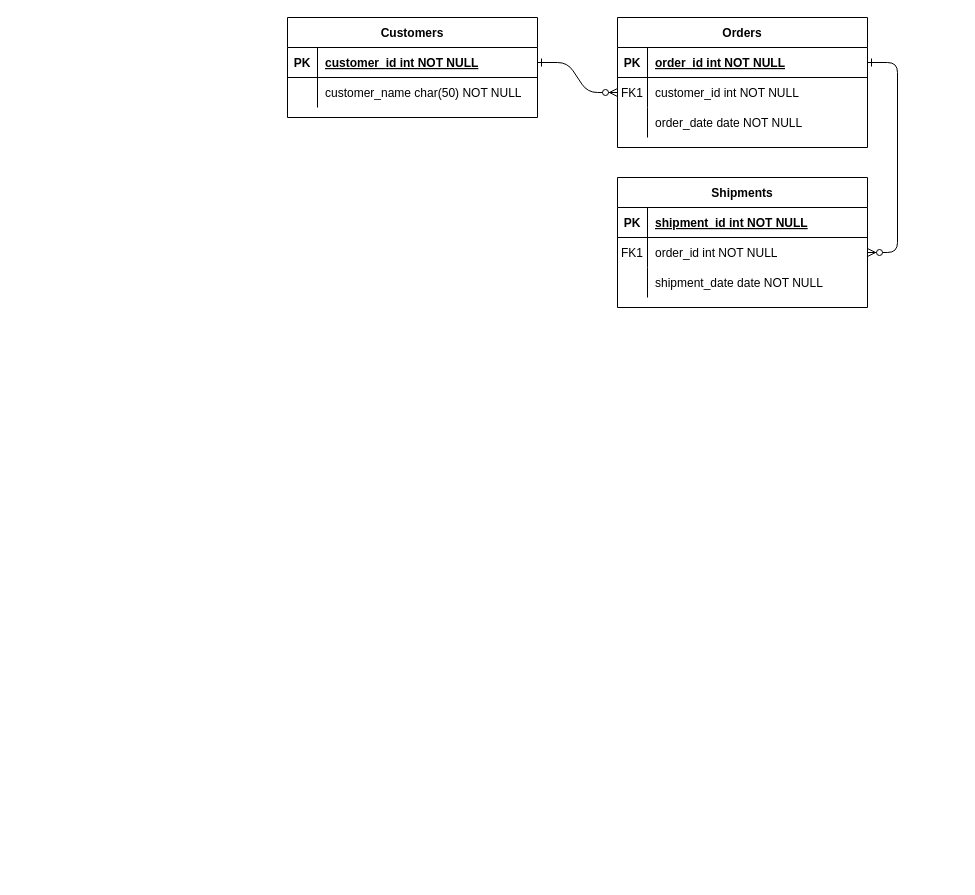
paulofs/paulofs.github.io keeps this draw.io diagram as Untitled Diagram.drawio. Above is the earlier version. Source tidied: cells renumbered, new cells numbered last; positions are measured from the earlier drawing's top-left corner, leaving out a move shared by most shapes. Both pictures are drawn from the tidied source at 100%, with x=0, y=0 at pixel (287, 17).
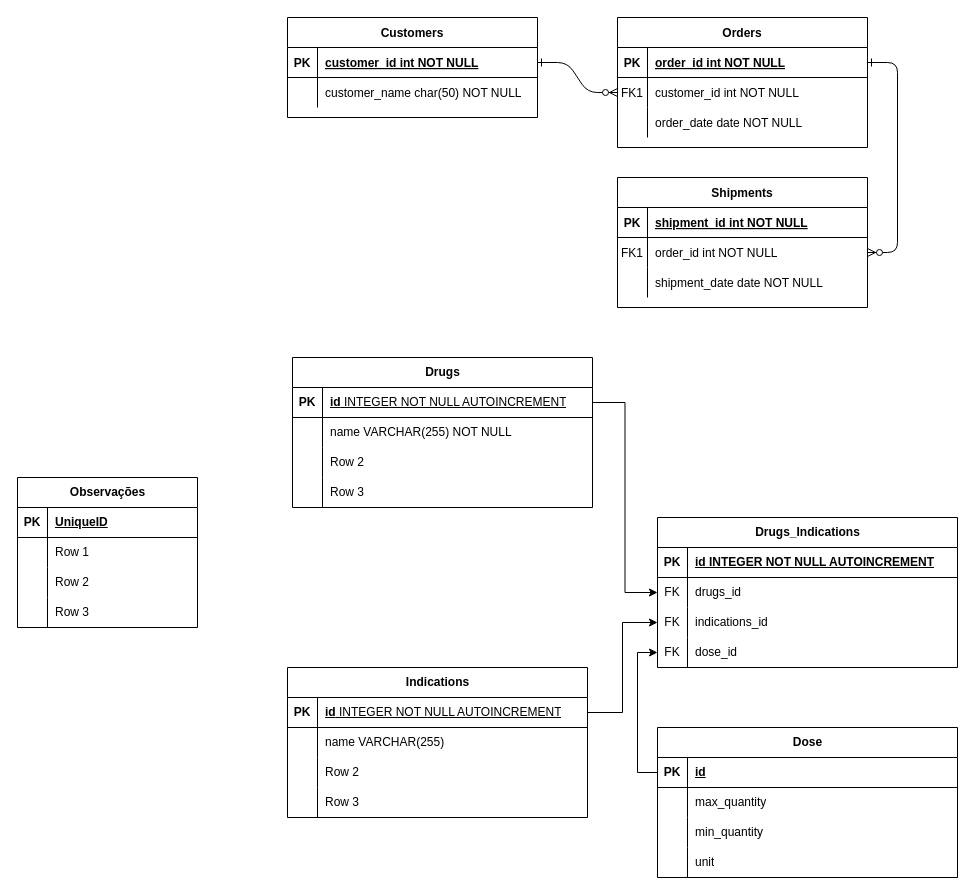
The same diagram, later.

Diff of the diagram source:
```diff
@@
+    <mxCell id="31" value="Drugs" style="shape=table;startSize=30;childLayout=tableLayout;rowLines=0;fontStyle=1;align=center;html=1;" parent="1" vertex="1">
+      <mxGeometry x="5" y="340" width="300" height="150" as="geometry" />
+    </mxCell>
+    <mxCell id="32" style="shape=tableRow;horizontal=0;startSize=0;swimlaneHead=0;swimlaneBody=0;fillColor=none;points=[[0,0.5],[1,0.5]];portConstraint=eastwest;top=0;left=0;right=0;bottom=1;" parent="31" vertex="1">
+      <mxGeometry y="30" width="300" height="30" as="geometry" />
+    </mxCell>
+    <mxCell id="33" value="PK" style="shape=partialRectangle;fillColor=none;top=0;left=0;bottom=0;right=0;fontStyle=1;overflow=hidden;whiteSpace=wrap;html=1;" parent="32" vertex="1">
+      <mxGeometry width="30" height="30" as="geometry" />
+    </mxCell>
+    <mxCell id="34" value="id&lt;span style=&quot;font-weight: normal;&quot;&gt;&amp;nbsp;INTEGER NOT NULL AUTOINCREMENT&lt;/span&gt;" style="shape=partialRectangle;fillColor=none;top=0;left=0;bottom=0;right=0;align=left;spacingLeft=6;fontStyle=5;overflow=hidden;whiteSpace=wrap;html=1;" parent="32" vertex="1">
+      <mxGeometry x="30" width="270" height="30" as="geometry" />
+    </mxCell>
+    <mxCell id="35" style="shape=tableRow;horizontal=0;startSize=0;swimlaneHead=0;swimlaneBody=0;fillColor=none;top=0;left=0;right=0;bottom=0;" parent="31" vertex="1">
+      <mxGeometry y="60" width="300" height="30" as="geometry" />
+    </mxCell>
+    <mxCell id="36" style="shape=partialRectangle;fillColor=none;top=0;left=0;bottom=0;right=0;overflow=hidden;whiteSpace=wrap;html=1;" parent="35" vertex="1">
+      <mxGeometry width="30" height="30" as="geometry" />
+    </mxCell>
+    <mxCell id="37" value="name VARCHAR(255) NOT NULL" style="shape=partialRectangle;fillColor=none;top=0;left=0;bottom=0;right=0;align=left;spacingLeft=6;overflow=hidden;whiteSpace=wrap;html=1;" parent="35" vertex="1">
+      <mxGeometry x="30" width="270" height="30" as="geometry" />
+    </mxCell>
+    <mxCell id="38" style="shape=tableRow;horizontal=0;startSize=0;swimlaneHead=0;swimlaneBody=0;fillColor=none;top=0;left=0;right=0;bottom=0;" parent="31" vertex="1">
+      <mxGeometry y="90" width="300" height="30" as="geometry" />
+    </mxCell>
+    <mxCell id="39" style="shape=partialRectangle;fillColor=none;top=0;left=0;bottom=0;right=0;overflow=hidden;whiteSpace=wrap;html=1;" parent="38" vertex="1">
+      <mxGeometry width="30" height="30" as="geometry" />
+    </mxCell>
+    <mxCell id="40" value="Row 2" style="shape=partialRectangle;fillColor=none;top=0;left=0;bottom=0;right=0;align=left;spacingLeft=6;overflow=hidden;whiteSpace=wrap;html=1;" parent="38" vertex="1">
+      <mxGeometry x="30" width="270" height="30" as="geometry" />
+    </mxCell>
+    <mxCell id="41" style="shape=tableRow;horizontal=0;startSize=0;swimlaneHead=0;swimlaneBody=0;fillColor=none;top=0;left=0;right=0;bottom=0;" parent="31" vertex="1">
+      <mxGeometry y="120" width="300" height="30" as="geometry" />
+    </mxCell>
+    <mxCell id="42" style="shape=partialRectangle;fillColor=none;top=0;left=0;bottom=0;right=0;overflow=hidden;whiteSpace=wrap;html=1;" parent="41" vertex="1">
+      <mxGeometry width="30" height="30" as="geometry" />
+    </mxCell>
+    <mxCell id="43" value="Row 3" style="shape=partialRectangle;fillColor=none;top=0;left=0;bottom=0;right=0;align=left;spacingLeft=6;overflow=hidden;whiteSpace=wrap;html=1;" parent="41" vertex="1">
+      <mxGeometry x="30" width="270" height="30" as="geometry" />
+    </mxCell>
+    <mxCell id="44" value="Indications" style="shape=table;startSize=30;childLayout=tableLayout;rowLines=0;fontStyle=1;align=center;html=1;" parent="1" vertex="1">
+      <mxGeometry y="650" width="300" height="150" as="geometry" />
+    </mxCell>
+    <mxCell id="45" style="shape=tableRow;horizontal=0;startSize=0;swimlaneHead=0;swimlaneBody=0;fillColor=none;points=[[0,0.5],[1,0.5]];portConstraint=eastwest;top=0;left=0;right=0;bottom=1;" parent="44" vertex="1">
+      <mxGeometry y="30" width="300" height="30" as="geometry" />
+    </mxCell>
+    <mxCell id="46" value="PK" style="shape=partialRectangle;fillColor=none;top=0;left=0;bottom=0;right=0;fontStyle=1;overflow=hidden;whiteSpace=wrap;html=1;" parent="45" vertex="1">
+      <mxGeometry width="30" height="30" as="geometry" />
+    </mxCell>
+    <mxCell id="47" value="id&lt;span style=&quot;font-weight: normal;&quot;&gt; INTEGER NOT NULL AUTOINCREMENT&lt;/span&gt;" style="shape=partialRectangle;fillColor=none;top=0;left=0;bottom=0;right=0;align=left;spacingLeft=6;fontStyle=5;overflow=hidden;whiteSpace=wrap;html=1;" parent="45" vertex="1">
+      <mxGeometry x="30" width="270" height="30" as="geometry" />
+    </mxCell>
+    <mxCell id="48" style="shape=tableRow;horizontal=0;startSize=0;swimlaneHead=0;swimlaneBody=0;fillColor=none;top=0;left=0;right=0;bottom=0;" parent="44" vertex="1">
+      <mxGeometry y="60" width="300" height="30" as="geometry" />
+    </mxCell>
+    <mxCell id="49" style="shape=partialRectangle;fillColor=none;top=0;left=0;bottom=0;right=0;overflow=hidden;whiteSpace=wrap;html=1;" parent="48" vertex="1">
+      <mxGeometry width="30" height="30" as="geometry" />
+    </mxCell>
+    <mxCell id="50" value="name VARCHAR(255)" style="shape=partialRectangle;fillColor=none;top=0;left=0;bottom=0;right=0;align=left;spacingLeft=6;overflow=hidden;whiteSpace=wrap;html=1;" parent="48" vertex="1">
+      <mxGeometry x="30" width="270" height="30" as="geometry" />
+    </mxCell>
+    <mxCell id="51" style="shape=tableRow;horizontal=0;startSize=0;swimlaneHead=0;swimlaneBody=0;fillColor=none;top=0;left=0;right=0;bottom=0;" parent="44" vertex="1">
+      <mxGeometry y="90" width="300" height="30" as="geometry" />
+    </mxCell>
+    <mxCell id="52" style="shape=partialRectangle;fillColor=none;top=0;left=0;bottom=0;right=0;overflow=hidden;whiteSpace=wrap;html=1;" parent="51" vertex="1">
+      <mxGeometry width="30" height="30" as="geometry" />
+    </mxCell>
+    <mxCell id="53" value="Row 2" style="shape=partialRectangle;fillColor=none;top=0;left=0;bottom=0;right=0;align=left;spacingLeft=6;overflow=hidden;whiteSpace=wrap;html=1;" parent="51" vertex="1">
+      <mxGeometry x="30" width="270" height="30" as="geometry" />
+    </mxCell>
+    <mxCell id="54" style="shape=tableRow;horizontal=0;startSize=0;swimlaneHead=0;swimlaneBody=0;fillColor=none;top=0;left=0;right=0;bottom=0;" parent="44" vertex="1">
+      <mxGeometry y="120" width="300" height="30" as="geometry" />
+    </mxCell>
+    <mxCell id="55" style="shape=partialRectangle;fillColor=none;top=0;left=0;bottom=0;right=0;overflow=hidden;whiteSpace=wrap;html=1;" parent="54" vertex="1">
+      <mxGeometry width="30" height="30" as="geometry" />
+    </mxCell>
+    <mxCell id="56" value="Row 3" style="shape=partialRectangle;fillColor=none;top=0;left=0;bottom=0;right=0;align=left;spacingLeft=6;overflow=hidden;whiteSpace=wrap;html=1;" parent="54" vertex="1">
+      <mxGeometry x="30" width="270" height="30" as="geometry" />
+    </mxCell>
+    <mxCell id="57" value="Drugs_Indications" style="shape=table;startSize=30;childLayout=tableLayout;rowLines=0;fontStyle=1;align=center;html=1;" parent="1" vertex="1">
+      <mxGeometry x="370" y="500" width="300" height="150" as="geometry" />
+    </mxCell>
+    <mxCell id="58" style="shape=tableRow;horizontal=0;startSize=0;swimlaneHead=0;swimlaneBody=0;fillColor=none;top=0;left=0;right=0;bottom=1;" parent="57" vertex="1">
+      <mxGeometry y="30" width="300" height="30" as="geometry" />
+    </mxCell>
+    <mxCell id="59" value="PK" style="shape=partialRectangle;fillColor=none;top=0;left=0;bottom=0;right=0;fontStyle=1;overflow=hidden;whiteSpace=wrap;html=1;" parent="58" vertex="1">
+      <mxGeometry width="30" height="30" as="geometry" />
+    </mxCell>
+    <mxCell id="60" value="id INTEGER NOT NULL AUTOINCREMENT" style="shape=partialRectangle;fillColor=none;top=0;left=0;bottom=0;right=0;align=left;spacingLeft=6;fontStyle=5;overflow=hidden;whiteSpace=wrap;html=1;" parent="58" vertex="1">
+      <mxGeometry x="30" width="270" height="30" as="geometry" />
+    </mxCell>
+    <mxCell id="61" style="shape=tableRow;horizontal=0;startSize=0;swimlaneHead=0;swimlaneBody=0;fillColor=none;points=[[0,0.5],[1,0.5]];portConstraint=eastwest;top=0;left=0;right=0;bottom=0;" parent="57" vertex="1">
+      <mxGeometry y="60" width="300" height="30" as="geometry" />
+    </mxCell>
+    <mxCell id="62" value="FK" style="shape=partialRectangle;fillColor=none;top=0;left=0;bottom=0;right=0;fontStyle=0;overflow=hidden;whiteSpace=wrap;html=1;" parent="61" vertex="1">
+      <mxGeometry width="30" height="30" as="geometry" />
+    </mxCell>
+    <mxCell id="63" value="drugs_id" style="shape=partialRectangle;fillColor=none;top=0;left=0;bottom=0;right=0;align=left;spacingLeft=6;fontStyle=0;overflow=hidden;whiteSpace=wrap;html=1;" parent="61" vertex="1">
+      <mxGeometry x="30" width="270" height="30" as="geometry" />
+    </mxCell>
+    <mxCell id="64" style="shape=tableRow;horizontal=0;startSize=0;swimlaneHead=0;swimlaneBody=0;fillColor=none;points=[[0,0.5],[1,0.5]];portConstraint=eastwest;top=0;left=0;right=0;bottom=0;" parent="57" vertex="1">
+      <mxGeometry y="90" width="300" height="30" as="geometry" />
+    </mxCell>
+    <mxCell id="65" value="FK" style="shape=partialRectangle;fillColor=none;top=0;left=0;bottom=0;right=0;fontStyle=0;overflow=hidden;whiteSpace=wrap;html=1;" parent="64" vertex="1">
+      <mxGeometry width="30" height="30" as="geometry" />
+    </mxCell>
+    <mxCell id="66" value="indications_id" style="shape=partialRectangle;fillColor=none;top=0;left=0;bottom=0;right=0;align=left;spacingLeft=6;fontStyle=0;overflow=hidden;whiteSpace=wrap;html=1;" parent="64" vertex="1">
+      <mxGeometry x="30" width="270" height="30" as="geometry" />
+    </mxCell>
+    <mxCell id="67" style="shape=tableRow;horizontal=0;startSize=0;swimlaneHead=0;swimlaneBody=0;fillColor=none;points=[[0,0.5],[1,0.5]];portConstraint=eastwest;top=0;left=0;right=0;bottom=0;" parent="57" vertex="1">
+      <mxGeometry y="120" width="300" height="30" as="geometry" />
+    </mxCell>
+    <mxCell id="68" value="FK" style="shape=partialRectangle;fillColor=none;top=0;left=0;bottom=0;right=0;fontStyle=0;overflow=hidden;whiteSpace=wrap;html=1;" parent="67" vertex="1">
+      <mxGeometry width="30" height="30" as="geometry" />
+    </mxCell>
+    <mxCell id="69" value="dose_id" style="shape=partialRectangle;fillColor=none;top=0;left=0;bottom=0;right=0;align=left;spacingLeft=6;fontStyle=0;overflow=hidden;whiteSpace=wrap;html=1;" parent="67" vertex="1">
+      <mxGeometry x="30" width="270" height="30" as="geometry" />
+    </mxCell>
+    <mxCell id="70" style="edgeStyle=orthogonalEdgeStyle;rounded=0;jettySize=auto;html=1;exitX=1;exitY=0.5;exitDx=0;exitDy=0;entryX=0;entryY=0.5;entryDx=0;entryDy=0;" parent="1" edge="1" source="32" target="61">
+      <mxGeometry relative="1" as="geometry" />
+    </mxCell>
+    <mxCell id="71" style="edgeStyle=orthogonalEdgeStyle;rounded=0;jettySize=auto;html=1;exitX=1;exitY=0.5;exitDx=0;exitDy=0;entryX=0;entryY=0.5;entryDx=0;entryDy=0;" parent="1" edge="1" source="45" target="64">
+      <mxGeometry relative="1" as="geometry" />
+    </mxCell>
+    <mxCell id="72" value="Dose" style="shape=table;startSize=30;childLayout=tableLayout;rowLines=0;fontStyle=1;align=center;html=1;" parent="1" vertex="1">
+      <mxGeometry x="370" y="710" width="300" height="150" as="geometry" />
+    </mxCell>
+    <mxCell id="73" style="shape=tableRow;horizontal=0;startSize=0;swimlaneHead=0;swimlaneBody=0;fillColor=none;points=[[0,0.5],[1,0.5]];portConstraint=eastwest;top=0;left=0;right=0;bottom=1;" parent="72" vertex="1">
+      <mxGeometry y="30" width="300" height="30" as="geometry" />
+    </mxCell>
+    <mxCell id="74" value="PK" style="shape=partialRectangle;fillColor=none;top=0;left=0;bottom=0;right=0;fontStyle=1;overflow=hidden;whiteSpace=wrap;html=1;" parent="73" vertex="1">
+      <mxGeometry width="30" height="30" as="geometry" />
+    </mxCell>
+    <mxCell id="75" value="id" style="shape=partialRectangle;fillColor=none;top=0;left=0;bottom=0;right=0;align=left;spacingLeft=6;fontStyle=5;overflow=hidden;whiteSpace=wrap;html=1;" parent="73" vertex="1">
+      <mxGeometry x="30" width="270" height="30" as="geometry" />
+    </mxCell>
+    <mxCell id="76" style="shape=tableRow;horizontal=0;startSize=0;swimlaneHead=0;swimlaneBody=0;fillColor=none;top=0;left=0;right=0;bottom=0;" parent="72" vertex="1">
+      <mxGeometry y="60" width="300" height="30" as="geometry" />
+    </mxCell>
+    <mxCell id="77" style="shape=partialRectangle;fillColor=none;top=0;left=0;bottom=0;right=0;overflow=hidden;whiteSpace=wrap;html=1;" parent="76" vertex="1">
+      <mxGeometry width="30" height="30" as="geometry" />
+    </mxCell>
+    <mxCell id="78" value="max_quantity" style="shape=partialRectangle;fillColor=none;top=0;left=0;bottom=0;right=0;align=left;spacingLeft=6;overflow=hidden;whiteSpace=wrap;html=1;" parent="76" vertex="1">
+      <mxGeometry x="30" width="270" height="30" as="geometry" />
+    </mxCell>
+    <mxCell id="79" style="shape=tableRow;horizontal=0;startSize=0;swimlaneHead=0;swimlaneBody=0;fillColor=none;top=0;left=0;right=0;bottom=0;" parent="72" vertex="1">
+      <mxGeometry y="90" width="300" height="30" as="geometry" />
+    </mxCell>
+    <mxCell id="80" style="shape=partialRectangle;fillColor=none;top=0;left=0;bottom=0;right=0;overflow=hidden;whiteSpace=wrap;html=1;" parent="79" vertex="1">
+      <mxGeometry width="30" height="30" as="geometry" />
+    </mxCell>
+    <mxCell id="81" value="min_quantity" style="shape=partialRectangle;fillColor=none;top=0;left=0;bottom=0;right=0;align=left;spacingLeft=6;overflow=hidden;whiteSpace=wrap;html=1;" parent="79" vertex="1">
+      <mxGeometry x="30" width="270" height="30" as="geometry" />
+    </mxCell>
+    <mxCell id="82" style="shape=tableRow;horizontal=0;startSize=0;swimlaneHead=0;swimlaneBody=0;fillColor=none;top=0;left=0;right=0;bottom=0;" parent="72" vertex="1">
+      <mxGeometry y="120" width="300" height="30" as="geometry" />
+    </mxCell>
+    <mxCell id="83" style="shape=partialRectangle;fillColor=none;top=0;left=0;bottom=0;right=0;overflow=hidden;whiteSpace=wrap;html=1;" parent="82" vertex="1">
+      <mxGeometry width="30" height="30" as="geometry" />
+    </mxCell>
+    <mxCell id="84" value="unit" style="shape=partialRectangle;fillColor=none;top=0;left=0;bottom=0;right=0;align=left;spacingLeft=6;overflow=hidden;whiteSpace=wrap;html=1;" parent="82" vertex="1">
+      <mxGeometry x="30" width="270" height="30" as="geometry" />
+    </mxCell>
+    <mxCell id="85" style="edgeStyle=orthogonalEdgeStyle;rounded=0;jettySize=auto;html=1;exitX=0;exitY=0.5;exitDx=0;exitDy=0;entryX=0;entryY=0.5;entryDx=0;entryDy=0;" parent="1" edge="1" source="73" target="67">
+      <mxGeometry relative="1" as="geometry" />
+    </mxCell>
+    <mxCell id="86" value="Observações" style="shape=table;startSize=30;childLayout=tableLayout;rowLines=0;fontStyle=1;align=center;html=1;" parent="1" vertex="1">
+      <mxGeometry x="-270" y="460" width="180" height="150" as="geometry" />
+    </mxCell>
+    <mxCell id="87" style="shape=tableRow;horizontal=0;startSize=0;swimlaneHead=0;swimlaneBody=0;fillColor=none;top=0;left=0;right=0;bottom=1;" parent="86" vertex="1">
+      <mxGeometry y="30" width="180" height="30" as="geometry" />
+    </mxCell>
+    <mxCell id="88" value="PK" style="shape=partialRectangle;fillColor=none;top=0;left=0;bottom=0;right=0;fontStyle=1;overflow=hidden;whiteSpace=wrap;html=1;" parent="87" vertex="1">
+      <mxGeometry width="30" height="30" as="geometry" />
+    </mxCell>
+    <mxCell id="89" value="UniqueID" style="shape=partialRectangle;fillColor=none;top=0;left=0;bottom=0;right=0;align=left;spacingLeft=6;fontStyle=5;overflow=hidden;whiteSpace=wrap;html=1;" parent="87" vertex="1">
+      <mxGeometry x="30" width="150" height="30" as="geometry" />
+    </mxCell>
+    <mxCell id="90" style="shape=tableRow;horizontal=0;startSize=0;swimlaneHead=0;swimlaneBody=0;fillColor=none;top=0;left=0;right=0;bottom=0;" parent="86" vertex="1">
+      <mxGeometry y="60" width="180" height="30" as="geometry" />
+    </mxCell>
+    <mxCell id="91" style="shape=partialRectangle;fillColor=none;top=0;left=0;bottom=0;right=0;overflow=hidden;whiteSpace=wrap;html=1;" parent="90" vertex="1">
+      <mxGeometry width="30" height="30" as="geometry" />
+    </mxCell>
+    <mxCell id="92" value="Row 1" style="shape=partialRectangle;fillColor=none;top=0;left=0;bottom=0;right=0;align=left;spacingLeft=6;overflow=hidden;whiteSpace=wrap;html=1;" parent="90" vertex="1">
+      <mxGeometry x="30" width="150" height="30" as="geometry" />
+    </mxCell>
+    <mxCell id="93" style="shape=tableRow;horizontal=0;startSize=0;swimlaneHead=0;swimlaneBody=0;fillColor=none;top=0;left=0;right=0;bottom=0;" parent="86" vertex="1">
+      <mxGeometry y="90" width="180" height="30" as="geometry" />
+    </mxCell>
+    <mxCell id="94" style="shape=partialRectangle;fillColor=none;top=0;left=0;bottom=0;right=0;overflow=hidden;whiteSpace=wrap;html=1;" parent="93" vertex="1">
+      <mxGeometry width="30" height="30" as="geometry" />
+    </mxCell>
+    <mxCell id="95" value="Row 2" style="shape=partialRectangle;fillColor=none;top=0;left=0;bottom=0;right=0;align=left;spacingLeft=6;overflow=hidden;whiteSpace=wrap;html=1;" parent="93" vertex="1">
+      <mxGeometry x="30" width="150" height="30" as="geometry" />
+    </mxCell>
+    <mxCell id="96" style="shape=tableRow;horizontal=0;startSize=0;swimlaneHead=0;swimlaneBody=0;fillColor=none;top=0;left=0;right=0;bottom=0;" parent="86" vertex="1">
+      <mxGeometry y="120" width="180" height="30" as="geometry" />
+    </mxCell>
+    <mxCell id="97" style="shape=partialRectangle;fillColor=none;top=0;left=0;bottom=0;right=0;overflow=hidden;whiteSpace=wrap;html=1;" parent="96" vertex="1">
+      <mxGeometry width="30" height="30" as="geometry" />
+    </mxCell>
+    <mxCell id="98" value="Row 3" style="shape=partialRectangle;fillColor=none;top=0;left=0;bottom=0;right=0;align=left;spacingLeft=6;overflow=hidden;whiteSpace=wrap;html=1;" parent="96" vertex="1">
+      <mxGeometry x="30" width="150" height="30" as="geometry" />
+    </mxCell>
```
